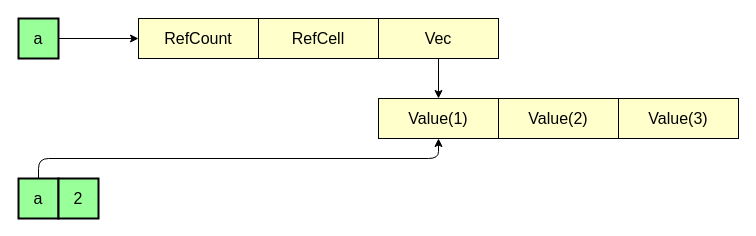
This is img-src/arrayref2.drawio from msakuta/zenn, a draw.io file, before an edit. Source tidied: cells renumbered, new cells numbered last; positions are measured from the earlier drawing's top-left corner, leaving out a move shared by most shapes. Both pictures are drawn from the tidied source at 100%, with x=0, y=0 at pixel (18, 18).
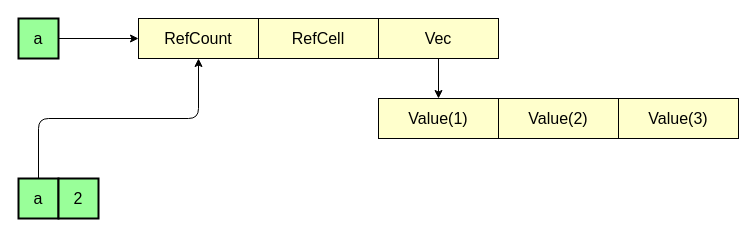
The same page after the edit.

Commit message (it also covers changes not shown here):
Fix a figure pointing wrong variable

Change to the diagram source:
```diff
@@
 <mxGraphModel>
   <root>
     <mxCell id="0" />
     <mxCell id="1" parent="0" />
     <mxCell id="2" style="edgeStyle=orthogonalEdgeStyle;html=1;exitX=1;exitY=0.5;exitDx=0;exitDy=0;entryX=0;entryY=0.5;entryDx=0;entryDy=0;fontSize=16;" parent="1" edge="1" source="3" target="4">
       <mxGeometry relative="1" as="geometry" />
     </mxCell>
     <mxCell id="3" value="a" style="rounded=0;whiteSpace=wrap;html=1;fontSize=16;strokeWidth=2;fillColor=#99FF99;" parent="1" vertex="1">
       <mxGeometry width="40" height="40" as="geometry" />
     </mxCell>
     <mxCell id="4" value="RefCount" style="rounded=0;whiteSpace=wrap;html=1;fontSize=16;fillColor=#FFFFCC;" parent="1" vertex="1">
       <mxGeometry x="120" width="120" height="40" as="geometry" />
     </mxCell>
     <mxCell id="5" value="RefCell" style="rounded=0;whiteSpace=wrap;html=1;fontSize=16;fillColor=#FFFFCC;" parent="1" vertex="1">
       <mxGeometry x="240" width="120" height="40" as="geometry" />
     </mxCell>
     <mxCell id="6" style="edgeStyle=none;html=1;exitX=0.5;exitY=1;exitDx=0;exitDy=0;entryX=0.5;entryY=0;entryDx=0;entryDy=0;fontSize=16;" parent="1" edge="1" source="7" target="11">
       <mxGeometry relative="1" as="geometry" />
     </mxCell>
     <mxCell id="7" value="Vec" style="rounded=0;whiteSpace=wrap;html=1;fontSize=16;fillColor=#FFFFCC;" parent="1" vertex="1">
       <mxGeometry x="360" width="120" height="40" as="geometry" />
     </mxCell>
-    <mxCell id="8" style="edgeStyle=orthogonalEdgeStyle;html=1;exitX=0.5;exitY=0;exitDx=0;exitDy=0;entryX=0.5;entryY=1;entryDx=0;entryDy=0;fontSize=16;" parent="1" edge="1" source="9" target="11">
+    <mxCell id="8" style="edgeStyle=orthogonalEdgeStyle;html=1;exitX=0.5;exitY=0;exitDx=0;exitDy=0;fontSize=16;" parent="1" edge="1" source="9" target="4">
       <mxGeometry relative="1" as="geometry" />
     </mxCell>
     <mxCell id="9" value="a" style="rounded=0;whiteSpace=wrap;html=1;fontSize=16;strokeWidth=2;fillColor=#99FF99;" parent="1" vertex="1">
       <mxGeometry y="160" width="40" height="40" as="geometry" />
     </mxCell>
     <mxCell id="10" style="group;" parent="1" vertex="1">
       <mxGeometry x="360" y="80" width="360" height="40" as="geometry" />
     </mxCell>
     <mxCell id="11" value="Value(1)" style="rounded=0;whiteSpace=wrap;html=1;fontSize=16;fillColor=#FFFFCC;" parent="10" vertex="1">
       <mxGeometry width="120" height="40" as="geometry" />
     </mxCell>
     <mxCell id="12" value="Value(2)" style="rounded=0;whiteSpace=wrap;html=1;fontSize=16;fillColor=#FFFFCC;" parent="10" vertex="1">
       <mxGeometry x="120" width="120" height="40" as="geometry" />
     </mxCell>
     <mxCell id="13" value="Value(3)" style="rounded=0;whiteSpace=wrap;html=1;fontSize=16;fillColor=#FFFFCC;" parent="10" vertex="1">
       <mxGeometry x="240" width="120" height="40" as="geometry" />
     </mxCell>
     <mxCell id="14" value="2" style="rounded=0;whiteSpace=wrap;html=1;fontSize=16;strokeWidth=2;fillColor=#99FF99;" parent="1" vertex="1">
       <mxGeometry x="40" y="160" width="40" height="40" as="geometry" />
     </mxCell>
   </root>
 </mxGraphModel>
```
